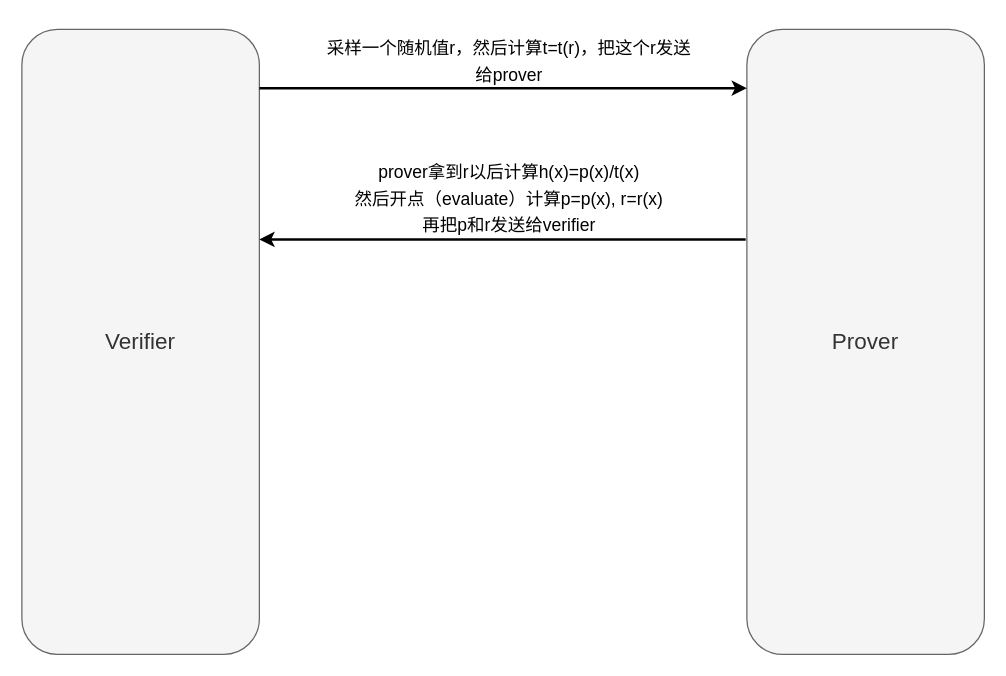
Before: zk-proof/poly & co-factor & t(x).drawio in 0xyicheng/a-research-diagram, a draw.io diagram. Source tidied: cells renumbered, new cells numbered last; positions are measured from the earlier drawing's top-left corner, leaving out a move shared by most shapes. Both pictures are drawn from the tidied source at 125%, with x=0, y=0 at pixel (21, 29).
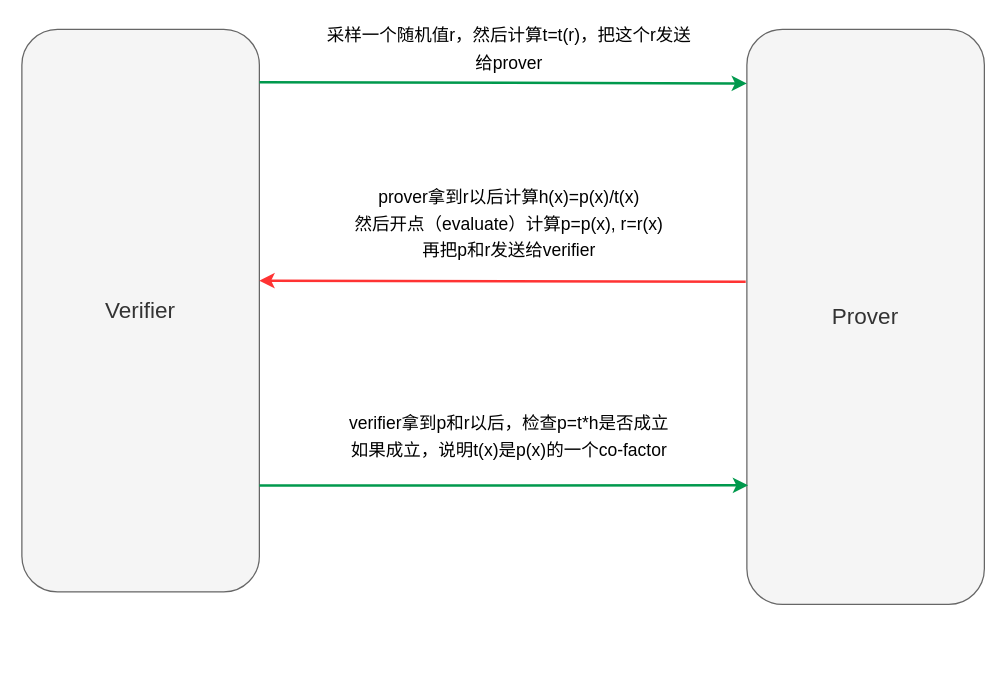
The same page after the edit.

Change to the diagram source:
```diff
@@
 <mxGraphModel>
   <root>
     <mxCell id="0" />
     <mxCell id="1" parent="0" />
     <mxCell id="2" value="&lt;font style=&quot;font-size: 18px;&quot;&gt;Verifier&lt;/font&gt;" style="rounded=1;whiteSpace=wrap;html=1;fillColor=#f5f5f5;fontColor=#333333;strokeColor=#666666;" parent="1" vertex="1">
-      <mxGeometry width="190" height="500" as="geometry" />
+      <mxGeometry width="190" height="450" as="geometry" />
     </mxCell>
     <mxCell id="3" value="&lt;font style=&quot;font-size: 18px;&quot;&gt;Prover&lt;/font&gt;" style="rounded=1;whiteSpace=wrap;html=1;fillColor=#f5f5f5;fontColor=#333333;strokeColor=#666666;" parent="1" vertex="1">
-      <mxGeometry x="580" width="190" height="500" as="geometry" />
+      <mxGeometry x="580" width="190" height="460" as="geometry" />
     </mxCell>
-    <mxCell id="4" style="endArrow=classic;html=1;rounded=0;fontSize=18;strokeWidth=2;exitX=1;exitY=0.094;exitDx=0;exitDy=0;exitPerimeter=0;entryX=0;entryY=0.094;entryDx=0;entryDy=0;entryPerimeter=0;" parent="1" edge="1" source="2" target="3">
+    <mxCell id="4" style="endArrow=classic;html=1;rounded=0;fontSize=18;strokeWidth=2;exitX=1;exitY=0.094;exitDx=0;exitDy=0;exitPerimeter=0;entryX=0;entryY=0.094;entryDx=0;entryDy=0;entryPerimeter=0;strokeColor=#00994D;" parent="1" edge="1" source="2" target="3">
       <mxGeometry relative="1" as="geometry" />
     </mxCell>
     <mxCell id="5" value="&lt;font style=&quot;font-size: 14px;&quot;&gt;采样一个随机值r，然后计算t=t(r)，把这个r发送给prover&lt;/font&gt;" style="text;html=1;strokeColor=none;fillColor=none;align=center;verticalAlign=middle;whiteSpace=wrap;rounded=0;fontSize=18;" parent="1" vertex="1">
-      <mxGeometry x="240" y="10" width="300" height="30" as="geometry" />
+      <mxGeometry x="240" width="300" height="30" as="geometry" />
     </mxCell>
-    <mxCell id="6" style="endArrow=classic;html=1;rounded=0;fontSize=14;strokeWidth=2;exitX=-0.005;exitY=0.336;exitDx=0;exitDy=0;exitPerimeter=0;" parent="1" edge="1" source="3">
+    <mxCell id="6" style="endArrow=classic;html=1;rounded=0;fontSize=14;strokeWidth=2;exitX=-0.005;exitY=0.439;exitDx=0;exitDy=0;exitPerimeter=0;strokeColor=#FF3333;" parent="1" edge="1" source="3">
       <mxGeometry relative="1" as="geometry">
-        <mxPoint x="190" y="168" as="targetPoint" />
+        <mxPoint x="190" y="201" as="targetPoint" />
       </mxGeometry>
     </mxCell>
     <mxCell id="7" value="&lt;font style=&quot;font-size: 14px;&quot;&gt;prover拿到r以后计算h(x)=p(x)/t(x)&lt;br&gt;然后开点（evaluate）计算p=p(x), r=r(x)&lt;br&gt;再把p和r发送给verifier&lt;/font&gt;" style="text;html=1;strokeColor=none;fillColor=none;align=center;verticalAlign=middle;whiteSpace=wrap;rounded=0;fontSize=18;" parent="1" vertex="1">
-      <mxGeometry x="240" y="100" width="300" height="70" as="geometry" />
+      <mxGeometry x="240" y="120" width="300" height="70" as="geometry" />
     </mxCell>
+    <mxCell id="8" style="endArrow=classic;html=1;rounded=0;fontSize=14;strokeWidth=2;strokeColor=#00994D;exitX=1;exitY=0.811;exitDx=0;exitDy=0;exitPerimeter=0;entryX=0.005;entryY=0.793;entryDx=0;entryDy=0;entryPerimeter=0;" parent="1" edge="1" source="2" target="3">
+      <mxGeometry relative="1" as="geometry" />
+    </mxCell>
+    <mxCell id="9" value="&lt;span style=&quot;font-size: 14px;&quot;&gt;verifier拿到p和r以后，检查p=t*h是否成立&lt;br&gt;&lt;/span&gt;&lt;font style=&quot;font-size: 14px;&quot;&gt;如果成立，说明t(x)是p(x)的一个co-factor&lt;/font&gt;" style="text;html=1;strokeColor=none;fillColor=none;align=center;verticalAlign=middle;whiteSpace=wrap;rounded=0;fontSize=18;" parent="1" vertex="1">
+      <mxGeometry x="240" y="290" width="300" height="70" as="geometry" />
+    </mxCell>
   </root>
 </mxGraphModel>
```
